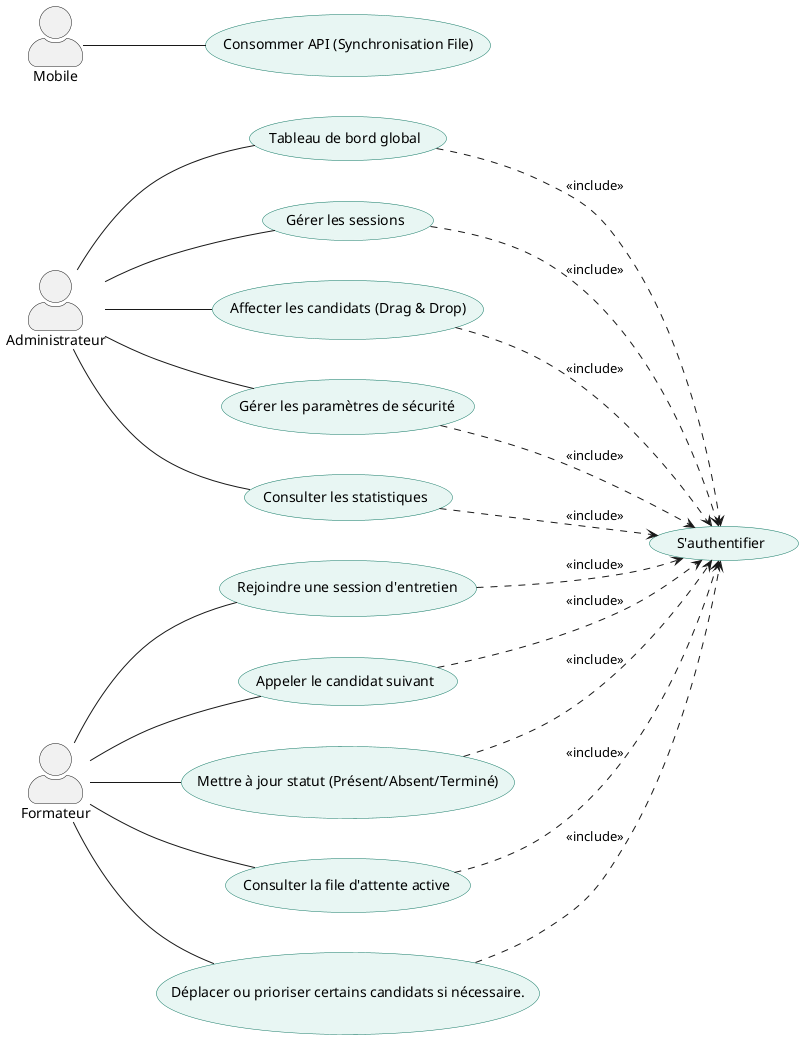
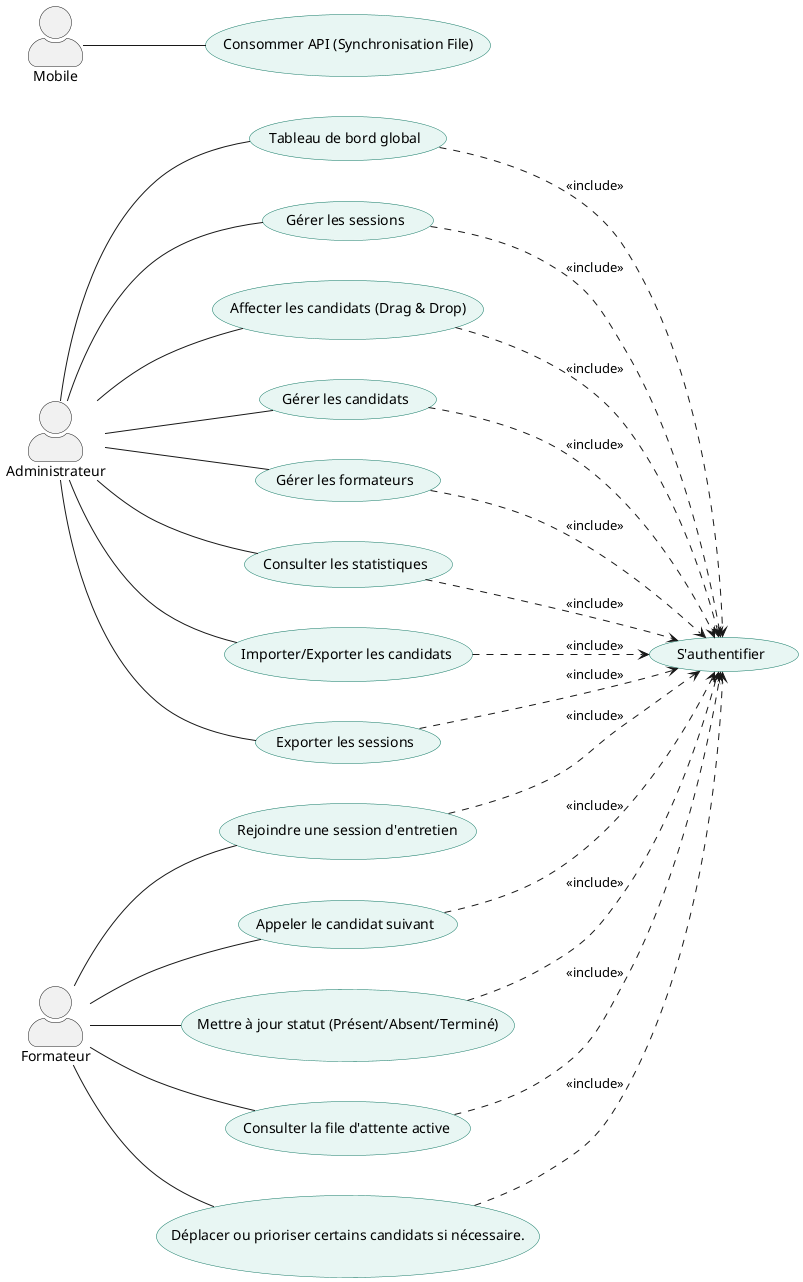
@startuml SoliQueue_UseCase_Admin
left to right direction
skinparam actorStyle awesome
skinparam shadowing false

skinparam usecase {
    BackgroundColor #E8F6F3
    BorderColor #117864
}

skinparam nodesep 40
skinparam ranksep 50

' Acteurs Web
actor "Administrateur" as Admin
actor "Formateur" as Formateur

' Acteur Mobile (Candidat)
actor "Mobile" as Mob

'=====================
' Admin Use Cases (Web)
'=====================
usecase "Tableau de bord global" as UC1
usecase "Gérer les sessions" as UC2
usecase "Affecter les candidats (Drag & Drop)" as UC3
- usecase "Gérer les paramètres de sécurité" as UC4
- usecase "Consulter les statistiques" as UC5
+ usecase "Gérer les candidats" as UC4
+ usecase "Gérer les formateurs" as UC5
+ usecase "Consulter les statistiques" as UC6
+ usecase "Importer/Exporter les candidats" as UC7
+ usecase "Exporter les sessions" as UC8
+ 
+ 

'=====================
' Formateur Use Cases (Web)
'=====================
- usecase "Rejoindre une session d'entretien" as UC7
- usecase "Appeler le candidat suivant" as UC8
- usecase "Mettre à jour statut (Présent/Absent/Terminé)" as UC9
- usecase "Consulter la file d'attente active" as UC10
- usecase "Déplacer ou prioriser certains candidats si nécessaire." as UC11
+ usecase "Rejoindre une session d'entretien" as UC9
+ usecase "Appeler le candidat suivant" as UC10
+ usecase "Mettre à jour statut (Présent/Absent/Terminé)" as UC11
+ usecase "Consulter la file d'attente active" as UC12
+ usecase "Déplacer ou prioriser certains candidats si nécessaire." as UC13

'=====================
' Mobile API (Candidat)
'=====================
usecase "Consommer API (Synchronisation File)" as API

'=====================
' Authentification
'=====================
usecase "S'authentifier" as Auth

'=====================
' Relations Admin
'=====================
Admin -- UC1
Admin -- UC2
Admin -- UC3
Admin -- UC4
Admin -- UC5
+ Admin -- UC6
+ Admin -- UC7
+ Admin -- UC8

'=====================
' Relations Formateur
'=====================
- Formateur -- UC7
- Formateur -- UC8
Formateur -- UC9
Formateur -- UC10
Formateur -- UC11
+ Formateur -- UC12
+ Formateur -- UC13

'=====================
' Relations Mobile
'=====================
Mob -- API


'=====================
' Authentification includes
'=====================
UC1 ..> Auth : <<include>>
UC2 ..> Auth : <<include>>
UC3 ..> Auth : <<include>>
UC4 ..> Auth : <<include>>
UC5 ..> Auth : <<include>>
+ UC6 ..> Auth : <<include>>
+ 

UC7 ..> Auth : <<include>>
UC8 ..> Auth : <<include>>
UC9 ..> Auth : <<include>>
UC10 ..> Auth : <<include>>
UC11 ..> Auth : <<include>>
+ UC12 ..> Auth : <<include>>
+ UC13 ..> Auth : <<include>>

@enduml